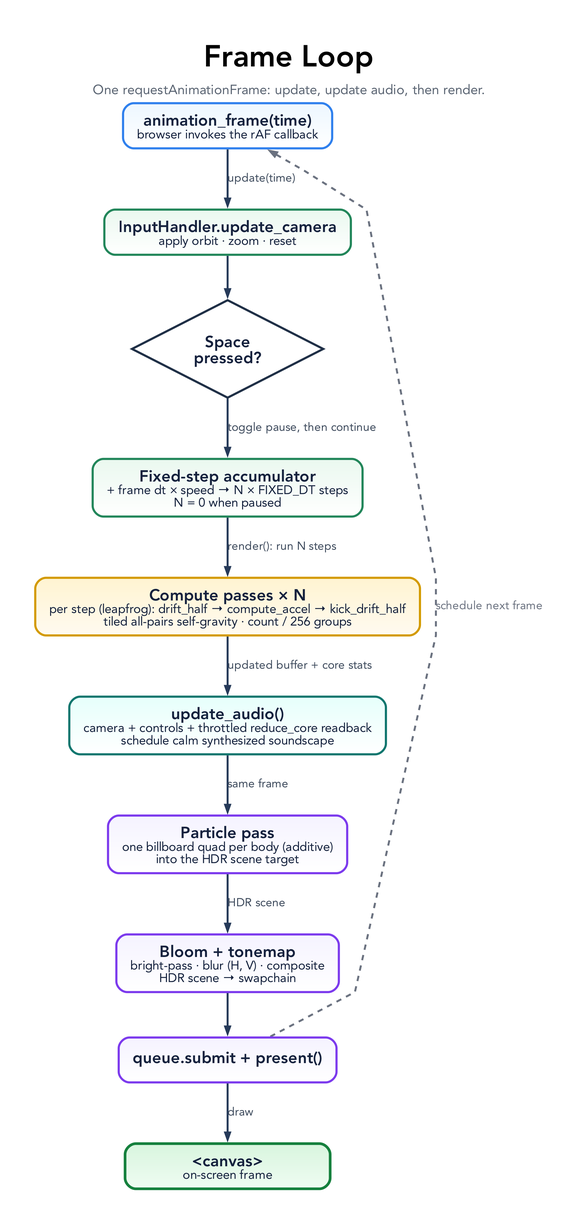
tre-systems/galacto keeps this Graphviz diagram as docs/diagrams/frame-loop.png. Above is the earlier version. Its source is kept beside it as docs/diagrams/frame-loop.dot.
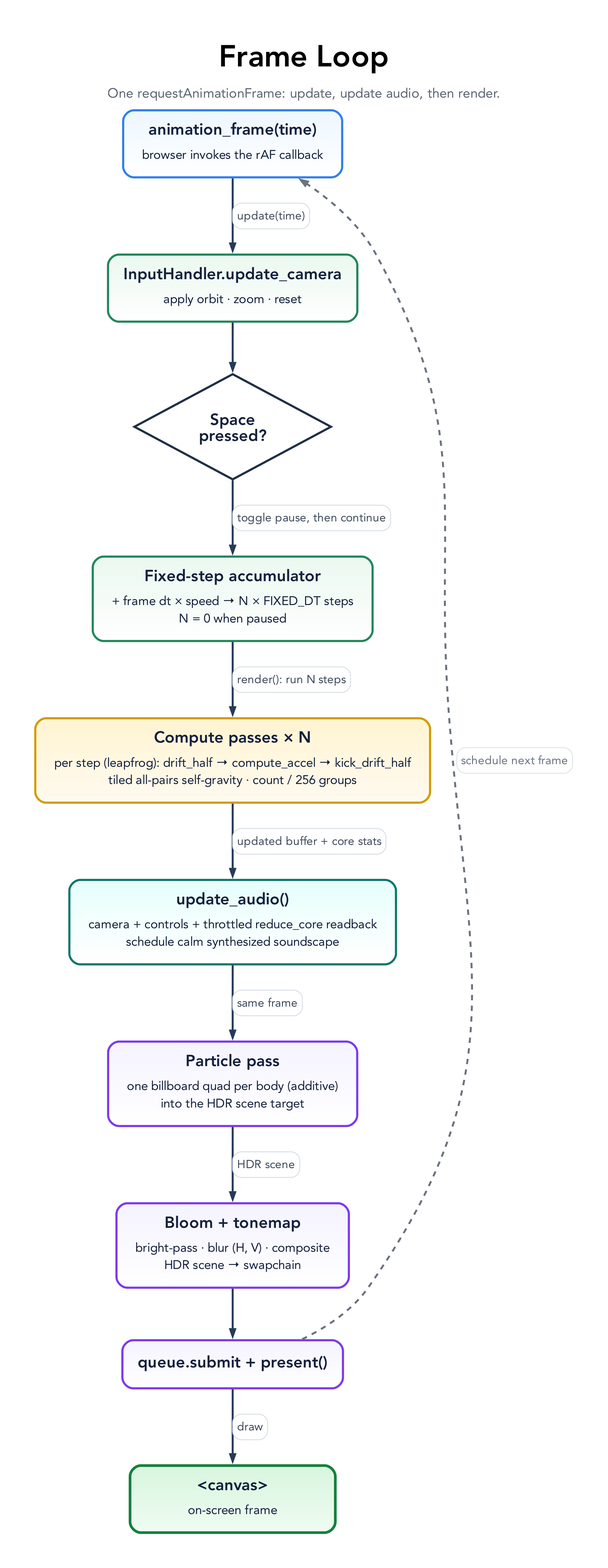
After the change.

Commit message:
Apply the tidied diagram style to frame-loop and gpu-buffers

What changed in the source:
```diff
@@ -3,9 +3,11 @@
     rankdir=TB,
     bgcolor="#ffffff",
     pad="0.55",
-    nodesep="0.5",
-    ranksep="0.7",
-    splines=polyline,
+    nodesep="0.6",
+    ranksep="0.8",
+    sep="+14",
+    esep="+8",
+    splines=spline,
     outputorder=edgesfirst,
     newrank=true,
     forcelabels=true,
@@ -13,7 +15,7 @@
     label=<
       <TABLE BORDER="0" CELLBORDER="0" CELLSPACING="0" CELLPADDING="0">
         <TR><TD><FONT POINT-SIZE="34"><B>Frame Loop</B></FONT></TD></TR>
-        <TR><TD><FONT POINT-SIZE="15" COLOR="#5b6573">One requestAnimationFrame: update, update audio, then render.</FONT></TD></TR>
+        <TR><TD CELLPADDING="4"><FONT POINT-SIZE="15" COLOR="#5b6573">One requestAnimationFrame: update, update audio, then render.</FONT></TD></TR>
       </TABLE>
     >,
     labelloc=t,
@@ -23,9 +25,9 @@
   node [
     shape=box,
     style="rounded,filled",
-    margin="0.22,0.13",
+    margin="0.24,0.16",
     width=3.2,
-    height=0.7,
+    height=0.75,
     fontname="Avenir",
     fontsize=18,
     penwidth=2.4,
@@ -44,29 +46,101 @@
     arrowsize=0.8
   ];
 
-  START [label=<<B>animation_frame(time)</B><BR/><FONT POINT-SIZE="14">browser invokes the rAF callback</FONT>>, fillcolor="#edf7ff:#ffffff", color="#2f80ed"];
+  START [label=<
+    <TABLE BORDER="0" CELLBORDER="0" CELLSPACING="0" CELLPADDING="0">
+      <TR><TD><B>animation_frame(time)</B></TD></TR>
+      <TR><TD CELLPADDING="4"><FONT POINT-SIZE="14">browser invokes the rAF callback</FONT></TD></TR>
+    </TABLE>
+  >, fillcolor="#edf7ff:#ffffff", color="#2f80ed"];
 
-  U1 [label=<<B>InputHandler.update_camera</B><BR/><FONT POINT-SIZE="14">apply orbit · zoom · reset</FONT>>, fillcolor="#eaf8ef:#ffffff", color="#22865a"];
+  U1 [label=<
+    <TABLE BORDER="0" CELLBORDER="0" CELLSPACING="0" CELLPADDING="0">
+      <TR><TD><B>InputHandler.update_camera</B></TD></TR>
+      <TR><TD CELLPADDING="4"><FONT POINT-SIZE="14">apply orbit · zoom · reset</FONT></TD></TR>
+    </TABLE>
+  >, fillcolor="#eaf8ef:#ffffff", color="#22865a"];
   U2 [shape=diamond, style=filled, fillcolor="#ffffff", color="#1f2f46", penwidth=2.4, width=2.4, height=1.05, label=<<B>Space<BR/>pressed?</B>>];
-  U3 [label=<<B>Fixed-step accumulator</B><BR/><FONT POINT-SIZE="14">+ frame dt × speed → N × FIXED_DT steps<BR/>N = 0 when paused</FONT>>, fillcolor="#eaf8ef:#ffffff", color="#22865a"];
+  U3 [label=<
+    <TABLE BORDER="0" CELLBORDER="0" CELLSPACING="0" CELLPADDING="0">
+      <TR><TD><B>Fixed-step accumulator</B></TD></TR>
+      <TR><TD CELLPADDING="4"><FONT POINT-SIZE="14">+ frame dt × speed → N × FIXED_DT steps<BR/>N = 0 when paused</FONT></TD></TR>
+    </TABLE>
+  >, fillcolor="#eaf8ef:#ffffff", color="#22865a"];
 
-  CP [label=<<B>Compute passes × N</B><BR/><FONT POINT-SIZE="14">per step (leapfrog): drift_half → compute_accel → kick_drift_half<BR/>tiled all-pairs self-gravity · count / 256 groups</FONT>>, fillcolor="#fff4d1:#fffaf0", color="#d39a00"];
-  AUD [label=<<B>update_audio()</B><BR/><FONT POINT-SIZE="14">camera + controls + throttled reduce_core readback<BR/>schedule calm synthesized soundscape</FONT>>, fillcolor="#e6fffb:#ffffff", color="#0f766e"];
-  RP [label=<<B>Particle pass</B><BR/><FONT POINT-SIZE="14">one billboard quad per body (additive)<BR/>into the HDR scene target</FONT>>, fillcolor="#f5f3ff:#ffffff", color="#7c3aed"];
-  BLOOM [label=<<B>Bloom + tonemap</B><BR/><FONT POINT-SIZE="14">bright-pass · blur (H, V) · composite<BR/>HDR scene → swapchain</FONT>>, fillcolor="#f5f3ff:#ffffff", color="#7c3aed"];
+  CP [label=<
+    <TABLE BORDER="0" CELLBORDER="0" CELLSPACING="0" CELLPADDING="0">
+      <TR><TD><B>Compute passes × N</B></TD></TR>
+      <TR><TD CELLPADDING="4"><FONT POINT-SIZE="14">per step (leapfrog): drift_half → compute_accel → kick_drift_half<BR/>tiled all-pairs self-gravity · count / 256 groups</FONT></TD></TR>
+    </TABLE>
+  >, fillcolor="#fff4d1:#fffaf0", color="#d39a00"];
+  AUD [label=<
+    <TABLE BORDER="0" CELLBORDER="0" CELLSPACING="0" CELLPADDING="0">
+      <TR><TD><B>update_audio()</B></TD></TR>
+      <TR><TD CELLPADDING="4"><FONT POINT-SIZE="14">camera + controls + throttled reduce_core readback<BR/>schedule calm synthesized soundscape</FONT></TD></TR>
+    </TABLE>
+  >, fillcolor="#e6fffb:#ffffff", color="#0f766e"];
+  RP [label=<
+    <TABLE BORDER="0" CELLBORDER="0" CELLSPACING="0" CELLPADDING="0">
+      <TR><TD><B>Particle pass</B></TD></TR>
+      <TR><TD CELLPADDING="4"><FONT POINT-SIZE="14">one billboard quad per body (additive)<BR/>into the HDR scene target</FONT></TD></TR>
+    </TABLE>
+  >, fillcolor="#f5f3ff:#ffffff", color="#7c3aed"];
+  BLOOM [label=<
+    <TABLE BORDER="0" CELLBORDER="0" CELLSPACING="0" CELLPADDING="0">
+      <TR><TD><B>Bloom + tonemap</B></TD></TR>
+      <TR><TD CELLPADDING="4"><FONT POINT-SIZE="14">bright-pass · blur (H, V) · composite<BR/>HDR scene → swapchain</FONT></TD></TR>
+    </TABLE>
+  >, fillcolor="#f5f3ff:#ffffff", color="#7c3aed"];
   PRES [label=<<B>queue.submit + present()</B>>, fillcolor="#f5f3ff:#ffffff", color="#7c3aed"];
 
-  CANVAS [label=<<B>&lt;canvas&gt;</B><BR/><FONT POINT-SIZE="14">on-screen frame</FONT>>, fillcolor="#d8f5de:#effcf2", color="#15803d", penwidth=3.0];
+  CANVAS [label=<
+    <TABLE BORDER="0" CELLBORDER="0" CELLSPACING="0" CELLPADDING="0">
+      <TR><TD><B>&lt;canvas&gt;</B></TD></TR>
+      <TR><TD CELLPADDING="4"><FONT POINT-SIZE="14">on-screen frame</FONT></TD></TR>
+    </TABLE>
+  >, fillcolor="#d8f5de:#effcf2", color="#15803d", penwidth=3.0];
 
-  START -> U1 [label="update(time)"];
+  START -> U1 [label=<
+    <TABLE BORDER="1" CELLBORDER="0" STYLE="ROUNDED" COLOR="#d7dee8" BGCOLOR="#ffffff" CELLSPACING="0" CELLPADDING="4">
+      <TR><TD><FONT POINT-SIZE="13" COLOR="#3d4a5c">update(time)</FONT></TD></TR>
+    </TABLE>
+  >];
   U1 -> U2;
-  U2 -> U3 [label="toggle pause, then continue"];
-  U3 -> CP [label="render(): run N steps"];
-  CP -> AUD [label="updated buffer + core stats"];
-  AUD -> RP [label="same frame"];
-  RP -> BLOOM [label="HDR scene"];
+  U2 -> U3 [label=<
+    <TABLE BORDER="1" CELLBORDER="0" STYLE="ROUNDED" COLOR="#d7dee8" BGCOLOR="#ffffff" CELLSPACING="0" CELLPADDING="4">
+      <TR><TD><FONT POINT-SIZE="13" COLOR="#3d4a5c">toggle pause, then continue</FONT></TD></TR>
+    </TABLE>
+  >];
+  U3 -> CP [label=<
+    <TABLE BORDER="1" CELLBORDER="0" STYLE="ROUNDED" COLOR="#d7dee8" BGCOLOR="#ffffff" CELLSPACING="0" CELLPADDING="4">
+      <TR><TD><FONT POINT-SIZE="13" COLOR="#3d4a5c">render(): run N steps</FONT></TD></TR>
+    </TABLE>
+  >];
+  CP -> AUD [label=<
+    <TABLE BORDER="1" CELLBORDER="0" STYLE="ROUNDED" COLOR="#d7dee8" BGCOLOR="#ffffff" CELLSPACING="0" CELLPADDING="4">
+      <TR><TD><FONT POINT-SIZE="13" COLOR="#3d4a5c">updated buffer + core stats</FONT></TD></TR>
+    </TABLE>
+  >];
+  AUD -> RP [label=<
+    <TABLE BORDER="1" CELLBORDER="0" STYLE="ROUNDED" COLOR="#d7dee8" BGCOLOR="#ffffff" CELLSPACING="0" CELLPADDING="4">
+      <TR><TD><FONT POINT-SIZE="13" COLOR="#3d4a5c">same frame</FONT></TD></TR>
+    </TABLE>
+  >];
+  RP -> BLOOM [label=<
+    <TABLE BORDER="1" CELLBORDER="0" STYLE="ROUNDED" COLOR="#d7dee8" BGCOLOR="#ffffff" CELLSPACING="0" CELLPADDING="4">
+      <TR><TD><FONT POINT-SIZE="13" COLOR="#3d4a5c">HDR scene</FONT></TD></TR>
+    </TABLE>
+  >];
   BLOOM -> PRES;
-  PRES -> CANVAS [label="draw"];
+  PRES -> CANVAS [label=<
+    <TABLE BORDER="1" CELLBORDER="0" STYLE="ROUNDED" COLOR="#d7dee8" BGCOLOR="#ffffff" CELLSPACING="0" CELLPADDING="4">
+      <TR><TD><FONT POINT-SIZE="13" COLOR="#3d4a5c">draw</FONT></TD></TR>
+    </TABLE>
+  >];
 
-  PRES -> START [label="schedule next frame", color="#6b7280", fontcolor="#6b7280", style=dashed, constraint=false];
+  PRES -> START [color="#6b7280", style=dashed, constraint=false, label=<
+    <TABLE BORDER="1" CELLBORDER="0" STYLE="ROUNDED" COLOR="#dfe3e9" BGCOLOR="#ffffff" CELLSPACING="0" CELLPADDING="4">
+      <TR><TD><FONT POINT-SIZE="13" COLOR="#6b7280">schedule next frame</FONT></TD></TR>
+    </TABLE>
+  >];
 }
```
